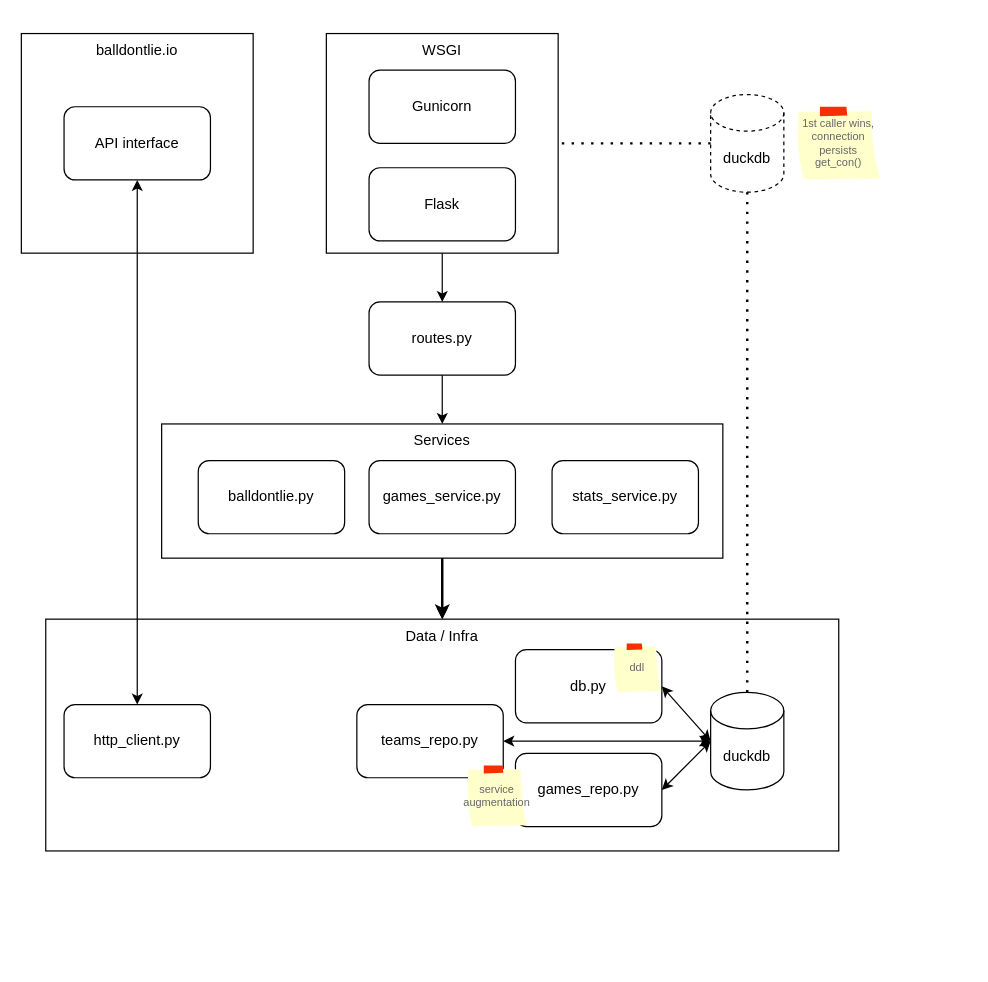
This is docs/poc_architecture.drawio from Nijman84/nba-api-msrvc, a draw.io file, before an edit. Source tidied: cells renumbered, new cells numbered last; positions are measured from the earlier drawing's top-left corner, leaving out a move shared by most shapes. Both pictures are drawn from the tidied source at 122%, with x=0, y=0 at pixel (21, 33).
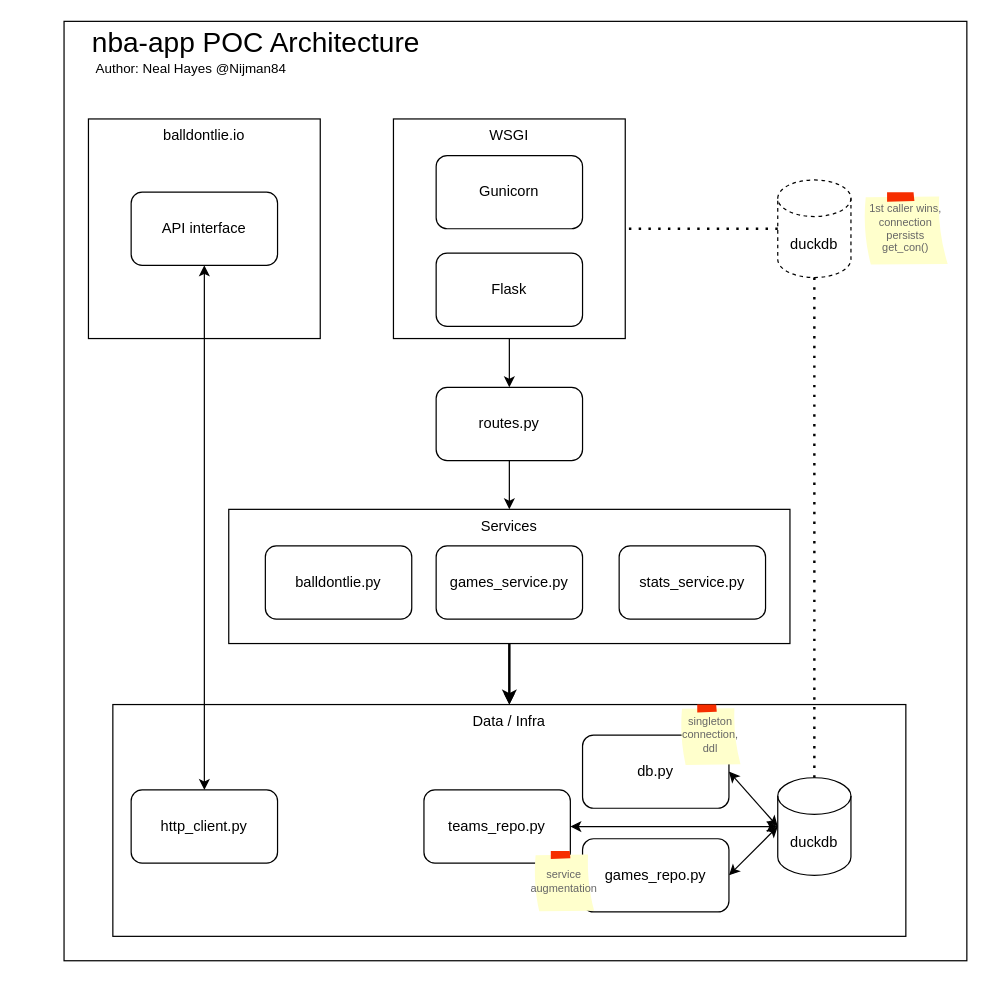
The same diagram, later.

Commit message (it also covers changes not shown here):
Licensing - Apache v2.0. Architecture diagrams.

Change to the diagram source:
```diff
@@
+    <mxCell id="32" style="group;" parent="1" vertex="1">
+      <mxGeometry x="35" y="-10" width="740" height="770" as="geometry" />
+    </mxCell>
-    <mxCell id="2" value="Data / Infra" style="rounded=0;whiteSpace=wrap;html=1;verticalAlign=top;" parent="1" vertex="1">
-      <mxGeometry x="20" y="480" width="650" height="190" as="geometry" />
+    <mxCell id="2" value="Data / Infra" style="rounded=0;whiteSpace=wrap;html=1;verticalAlign=top;" parent="32" vertex="1">
+      <mxGeometry x="40" y="560" width="650" height="190" as="geometry" />
     </mxCell>
-    <mxCell id="3" style="edgeStyle=orthogonalEdgeStyle;rounded=0;jettySize=auto;html=1;" parent="1" edge="1" source="4" target="2">
+    <mxCell id="3" style="edgeStyle=orthogonalEdgeStyle;rounded=0;jettySize=auto;html=1;" parent="32" edge="1" source="4" target="2">
       <mxGeometry relative="1" as="geometry" />
     </mxCell>
-    <mxCell id="4" value="Services" style="rounded=0;whiteSpace=wrap;html=1;verticalAlign=top;" parent="1" vertex="1">
-      <mxGeometry x="115" y="320" width="460" height="110" as="geometry" />
+    <mxCell id="4" value="Services" style="rounded=0;whiteSpace=wrap;html=1;verticalAlign=top;" parent="32" vertex="1">
+      <mxGeometry x="135" y="400" width="460" height="110" as="geometry" />
     </mxCell>
-    <mxCell id="5" style="edgeStyle=orthogonalEdgeStyle;rounded=0;jettySize=auto;html=1;" parent="1" edge="1" source="6" target="13">
-      <mxGeometry relative="1" as="geometry" />
-    </mxCell>
-    <mxCell id="6" value="WSGI" style="rounded=0;whiteSpace=wrap;html=1;verticalAlign=top;" parent="1" vertex="1">
-      <mxGeometry x="250" width="190" height="180" as="geometry" />
+    <mxCell id="6" value="WSGI" style="rounded=0;whiteSpace=wrap;html=1;verticalAlign=top;" parent="32" vertex="1">
+      <mxGeometry x="270" y="80" width="190" height="180" as="geometry" />
     </mxCell>
-    <mxCell id="7" value="Gunicorn" style="rounded=1;whiteSpace=wrap;html=1;" parent="1" vertex="1">
-      <mxGeometry x="285" y="30" width="120" height="60" as="geometry" />
+    <mxCell id="7" value="Gunicorn" style="rounded=1;whiteSpace=wrap;html=1;" parent="32" vertex="1">
+      <mxGeometry x="305" y="110" width="120" height="60" as="geometry" />
     </mxCell>
-    <mxCell id="8" value="Flask" style="rounded=1;whiteSpace=wrap;html=1;" parent="1" vertex="1">
-      <mxGeometry x="285" y="110" width="120" height="60" as="geometry" />
+    <mxCell id="8" value="Flask" style="rounded=1;whiteSpace=wrap;html=1;" parent="32" vertex="1">
+      <mxGeometry x="305" y="190" width="120" height="60" as="geometry" />
     </mxCell>
-    <mxCell id="9" value="duckdb" style="shape=cylinder3;whiteSpace=wrap;html=1;boundedLbl=1;backgroundOutline=1;size=15;dashed=1;" parent="1" vertex="1">
-      <mxGeometry x="565" y="50" width="60" height="80" as="geometry" />
+    <mxCell id="9" value="duckdb" style="shape=cylinder3;whiteSpace=wrap;html=1;boundedLbl=1;backgroundOutline=1;size=15;dashed=1;" parent="32" vertex="1">
+      <mxGeometry x="585" y="130" width="60" height="80" as="geometry" />
     </mxCell>
-    <mxCell id="10" value="balldontlie.io" style="rounded=0;whiteSpace=wrap;html=1;verticalAlign=top;" parent="1" vertex="1">
-      <mxGeometry width="190" height="180" as="geometry" />
+    <mxCell id="10" value="balldontlie.io" style="rounded=0;whiteSpace=wrap;html=1;verticalAlign=top;" parent="32" vertex="1">
+      <mxGeometry x="20" y="80" width="190" height="180" as="geometry" />
     </mxCell>
-    <mxCell id="11" value="API interface" style="rounded=1;whiteSpace=wrap;html=1;" parent="1" vertex="1">
-      <mxGeometry x="35" y="60" width="120" height="60" as="geometry" />
+    <mxCell id="11" value="API interface" style="rounded=1;whiteSpace=wrap;html=1;" parent="32" vertex="1">
+      <mxGeometry x="55" y="140" width="120" height="60" as="geometry" />
     </mxCell>
-    <mxCell id="12" style="endArrow=none;dashed=1;html=1;dashPattern=1 3;strokeWidth=2;rounded=0;entryX=1;entryY=0.5;entryDx=0;entryDy=0;" parent="1" edge="1" source="9" target="6">
+    <mxCell id="12" style="endArrow=none;dashed=1;html=1;dashPattern=1 3;strokeWidth=2;rounded=0;entryX=1;entryY=0.5;entryDx=0;entryDy=0;" parent="32" edge="1" source="9" target="6">
       <mxGeometry relative="1" as="geometry" />
     </mxCell>
-    <mxCell id="13" value="routes.py" style="rounded=1;whiteSpace=wrap;html=1;" parent="1" vertex="1">
-      <mxGeometry x="285" y="220" width="120" height="60" as="geometry" />
+    <mxCell id="13" value="routes.py" style="rounded=1;whiteSpace=wrap;html=1;" parent="32" vertex="1">
+      <mxGeometry x="305" y="300" width="120" height="60" as="geometry" />
     </mxCell>
-    <mxCell id="14" value="games_service.py" style="rounded=1;whiteSpace=wrap;html=1;" parent="1" vertex="1">
-      <mxGeometry x="285" y="350" width="120" height="60" as="geometry" />
+    <mxCell id="14" value="games_service.py" style="rounded=1;whiteSpace=wrap;html=1;" parent="32" vertex="1">
+      <mxGeometry x="305" y="430" width="120" height="60" as="geometry" />
     </mxCell>
-    <mxCell id="15" value="stats_service.py" style="rounded=1;whiteSpace=wrap;html=1;" parent="1" vertex="1">
-      <mxGeometry x="435" y="350" width="120" height="60" as="geometry" />
+    <mxCell id="15" value="stats_service.py" style="rounded=1;whiteSpace=wrap;html=1;" parent="32" vertex="1">
+      <mxGeometry x="455" y="430" width="120" height="60" as="geometry" />
     </mxCell>
-    <mxCell id="16" value="duckdb" style="shape=cylinder3;whiteSpace=wrap;html=1;boundedLbl=1;backgroundOutline=1;size=15;" parent="1" vertex="1">
-      <mxGeometry x="565" y="540" width="60" height="80" as="geometry" />
+    <mxCell id="16" value="duckdb" style="shape=cylinder3;whiteSpace=wrap;html=1;boundedLbl=1;backgroundOutline=1;size=15;" parent="32" vertex="1">
+      <mxGeometry x="585" y="620" width="60" height="80" as="geometry" />
     </mxCell>
-    <mxCell id="17" style="endArrow=none;dashed=1;html=1;dashPattern=1 3;strokeWidth=2;rounded=0;entryX=0.5;entryY=1;entryDx=0;entryDy=0;entryPerimeter=0;exitX=0.5;exitY=0;exitDx=0;exitDy=0;exitPerimeter=0;" parent="1" edge="1" source="16" target="9">
+    <mxCell id="17" style="endArrow=none;dashed=1;html=1;dashPattern=1 3;strokeWidth=2;rounded=0;entryX=0.5;entryY=1;entryDx=0;entryDy=0;entryPerimeter=0;exitX=0.5;exitY=0;exitDx=0;exitDy=0;exitPerimeter=0;" parent="32" edge="1" source="16" target="9">
       <mxGeometry relative="1" as="geometry" />
     </mxCell>
-    <mxCell id="18" value="db.py" style="rounded=1;whiteSpace=wrap;html=1;" parent="1" vertex="1">
-      <mxGeometry x="405" y="505" width="120" height="60" as="geometry" />
+    <mxCell id="18" value="db.py" style="rounded=1;whiteSpace=wrap;html=1;" parent="32" vertex="1">
+      <mxGeometry x="425" y="585" width="120" height="60" as="geometry" />
     </mxCell>
-    <mxCell id="19" value="http_client.py" style="rounded=1;whiteSpace=wrap;html=1;" parent="1" vertex="1">
-      <mxGeometry x="35" y="550" width="120" height="60" as="geometry" />
+    <mxCell id="19" value="http_client.py" style="rounded=1;whiteSpace=wrap;html=1;" parent="32" vertex="1">
+      <mxGeometry x="55" y="630" width="120" height="60" as="geometry" />
     </mxCell>
-    <mxCell id="20" style="endArrow=classic;startArrow=classic;html=1;rounded=0;exitX=0.5;exitY=0;exitDx=0;exitDy=0;entryX=0.5;entryY=1;entryDx=0;entryDy=0;" parent="1" edge="1" source="19" target="11">
+    <mxCell id="20" style="endArrow=classic;startArrow=classic;html=1;rounded=0;exitX=0.5;exitY=0;exitDx=0;exitDy=0;entryX=0.5;entryY=1;entryDx=0;entryDy=0;" parent="32" edge="1" source="19" target="11">
       <mxGeometry relative="1" as="geometry" />
     </mxCell>
-    <mxCell id="21" style="endArrow=classic;html=1;rounded=0;entryX=0.5;entryY=0;entryDx=0;entryDy=0;exitX=0.5;exitY=1;exitDx=0;exitDy=0;strokeWidth=2;" parent="1" edge="1" source="4" target="2">
+    <mxCell id="21" style="endArrow=classic;html=1;rounded=0;entryX=0.5;entryY=0;entryDx=0;entryDy=0;exitX=0.5;exitY=1;exitDx=0;exitDy=0;strokeWidth=2;" parent="32" edge="1" source="4" target="2">
       <mxGeometry relative="1" as="geometry" />
     </mxCell>
-    <mxCell id="22" value="balldontlie.py" style="rounded=1;whiteSpace=wrap;html=1;" parent="1" vertex="1">
-      <mxGeometry x="145" y="350" width="120" height="60" as="geometry" />
+    <mxCell id="22" value="balldontlie.py" style="rounded=1;whiteSpace=wrap;html=1;" parent="32" vertex="1">
+      <mxGeometry x="165" y="430" width="120" height="60" as="geometry" />
     </mxCell>
+    <mxCell id="5" style="edgeStyle=orthogonalEdgeStyle;rounded=0;jettySize=auto;html=1;" parent="32" edge="1" source="6" target="13">
+      <mxGeometry relative="1" as="geometry" />
+    </mxCell>
-    <mxCell id="23" style="edgeStyle=orthogonalEdgeStyle;rounded=0;jettySize=auto;html=1;entryX=0.5;entryY=0;entryDx=0;entryDy=0;exitX=0.5;exitY=1;exitDx=0;exitDy=0;" parent="1" edge="1" source="13" target="4">
+    <mxCell id="23" style="edgeStyle=orthogonalEdgeStyle;rounded=0;jettySize=auto;html=1;entryX=0.5;entryY=0;entryDx=0;entryDy=0;exitX=0.5;exitY=1;exitDx=0;exitDy=0;" parent="32" edge="1" source="13" target="4">
       <mxGeometry relative="1" as="geometry" />
     </mxCell>
-    <mxCell id="24" style="endArrow=classic;startArrow=classic;html=1;rounded=0;strokeWidth=1;entryX=0;entryY=0.5;entryDx=0;entryDy=0;entryPerimeter=0;exitX=1;exitY=0.5;exitDx=0;exitDy=0;" parent="1" edge="1" source="27" target="16">
+    <mxCell id="24" style="endArrow=classic;startArrow=classic;html=1;rounded=0;strokeWidth=1;entryX=0;entryY=0.5;entryDx=0;entryDy=0;entryPerimeter=0;exitX=1;exitY=0.5;exitDx=0;exitDy=0;" parent="32" edge="1" source="27" target="16">
       <mxGeometry relative="1" as="geometry" />
     </mxCell>
-    <mxCell id="25" value="1st caller wins, connection persists&lt;br&gt;get_con()" style="strokeWidth=1;shadow=0;dashed=0;align=center;html=1;shape=mxgraph.mockup.text.stickyNote2;fontColor=#666666;mainText=;fontSize=9;whiteSpace=wrap;fillColor=#ffffcc;strokeColor=#F62E00;" parent="1" vertex="1">
-      <mxGeometry x="635" y="60" width="70" height="60" as="geometry" />
+    <mxCell id="25" value="1st caller wins, connection persists&lt;br&gt;get_con()" style="strokeWidth=1;shadow=0;dashed=0;align=center;html=1;shape=mxgraph.mockup.text.stickyNote2;fontColor=#666666;mainText=;fontSize=9;whiteSpace=wrap;fillColor=#ffffcc;strokeColor=#F62E00;" parent="32" vertex="1">
+      <mxGeometry x="655" y="140" width="70" height="60" as="geometry" />
     </mxCell>
-    <mxCell id="26" value="games_repo.py" style="rounded=1;whiteSpace=wrap;html=1;" parent="1" vertex="1">
-      <mxGeometry x="405" y="590" width="120" height="60" as="geometry" />
+    <mxCell id="26" value="games_repo.py" style="rounded=1;whiteSpace=wrap;html=1;" parent="32" vertex="1">
+      <mxGeometry x="425" y="670" width="120" height="60" as="geometry" />
     </mxCell>
-    <mxCell id="27" value="teams_repo.py" style="rounded=1;whiteSpace=wrap;html=1;" parent="1" vertex="1">
-      <mxGeometry x="275" y="550" width="120" height="60" as="geometry" />
+    <mxCell id="27" value="teams_repo.py" style="rounded=1;whiteSpace=wrap;html=1;" parent="32" vertex="1">
+      <mxGeometry x="295" y="630" width="120" height="60" as="geometry" />
     </mxCell>
-    <mxCell id="28" style="endArrow=classic;startArrow=classic;html=1;rounded=0;strokeWidth=1;entryX=0;entryY=0.5;entryDx=0;entryDy=0;entryPerimeter=0;exitX=1;exitY=0.5;exitDx=0;exitDy=0;" parent="1" edge="1" source="18" target="16">
+    <mxCell id="28" style="endArrow=classic;startArrow=classic;html=1;rounded=0;strokeWidth=1;entryX=0;entryY=0.5;entryDx=0;entryDy=0;entryPerimeter=0;exitX=1;exitY=0.5;exitDx=0;exitDy=0;" parent="32" edge="1" source="18" target="16">
       <mxGeometry relative="1" as="geometry" />
     </mxCell>
-    <mxCell id="29" style="endArrow=classic;startArrow=classic;html=1;rounded=0;strokeWidth=1;entryX=0;entryY=0.5;entryDx=0;entryDy=0;entryPerimeter=0;exitX=1;exitY=0.5;exitDx=0;exitDy=0;" parent="1" edge="1" source="26" target="16">
+    <mxCell id="29" style="endArrow=classic;startArrow=classic;html=1;rounded=0;strokeWidth=1;entryX=0;entryY=0.5;entryDx=0;entryDy=0;entryPerimeter=0;exitX=1;exitY=0.5;exitDx=0;exitDy=0;" parent="32" edge="1" source="26" target="16">
       <mxGeometry relative="1" as="geometry" />
     </mxCell>
-    <mxCell id="30" value="ddl" style="strokeWidth=1;shadow=0;dashed=0;align=center;html=1;shape=mxgraph.mockup.text.stickyNote2;fontColor=#666666;mainText=;fontSize=9;whiteSpace=wrap;fillColor=#ffffcc;strokeColor=#F62E00;" parent="1" vertex="1">
-      <mxGeometry x="485" y="500" width="40" height="40" as="geometry" />
+    <mxCell id="30" value="singleton connection,&lt;br&gt;ddl" style="strokeWidth=1;shadow=0;dashed=0;align=center;html=1;shape=mxgraph.mockup.text.stickyNote2;fontColor=#666666;mainText=;fontSize=9;whiteSpace=wrap;fillColor=#ffffcc;strokeColor=#F62E00;" parent="32" vertex="1">
+      <mxGeometry x="505" y="560" width="50" height="50" as="geometry" />
     </mxCell>
-    <mxCell id="31" value="service augmentation" style="strokeWidth=1;shadow=0;dashed=0;align=center;html=1;shape=mxgraph.mockup.text.stickyNote2;fontColor=#666666;mainText=;fontSize=9;whiteSpace=wrap;fillColor=#ffffcc;strokeColor=#F62E00;" parent="1" vertex="1">
-      <mxGeometry x="365" y="600" width="50" height="50" as="geometry" />
+    <mxCell id="31" value="service augmentation" style="strokeWidth=1;shadow=0;dashed=0;align=center;html=1;shape=mxgraph.mockup.text.stickyNote2;fontColor=#666666;mainText=;fontSize=9;whiteSpace=wrap;fillColor=#ffffcc;strokeColor=#F62E00;" parent="32" vertex="1">
+      <mxGeometry x="385" y="680" width="50" height="50" as="geometry" />
     </mxCell>
+    <mxCell id="33" value="&lt;font style=&quot;&quot;&gt;&lt;span style=&quot;font-size: 23px;&quot;&gt;nba-app POC Architecture&lt;/span&gt;&lt;br&gt;&lt;div style=&quot;text-align: left;&quot;&gt;&lt;span style=&quot;font-size: 11px; background-color: initial;&quot;&gt;&amp;nbsp;Author: Neal Hayes @Nijman84&lt;/span&gt;&lt;/div&gt;&lt;/font&gt;" style="text;html=1;strokeColor=none;fillColor=none;align=center;verticalAlign=middle;whiteSpace=wrap;rounded=0;dashed=1;fontSize=9;" parent="32" vertex="1">
+      <mxGeometry x="20" y="10" width="275" height="30" as="geometry" />
+    </mxCell>
+    <mxCell id="34" style="rounded=0;whiteSpace=wrap;html=1;fontSize=11;fillColor=none;" parent="32" vertex="1">
+      <mxGeometry width="740" height="770" as="geometry" />
+    </mxCell>
```
